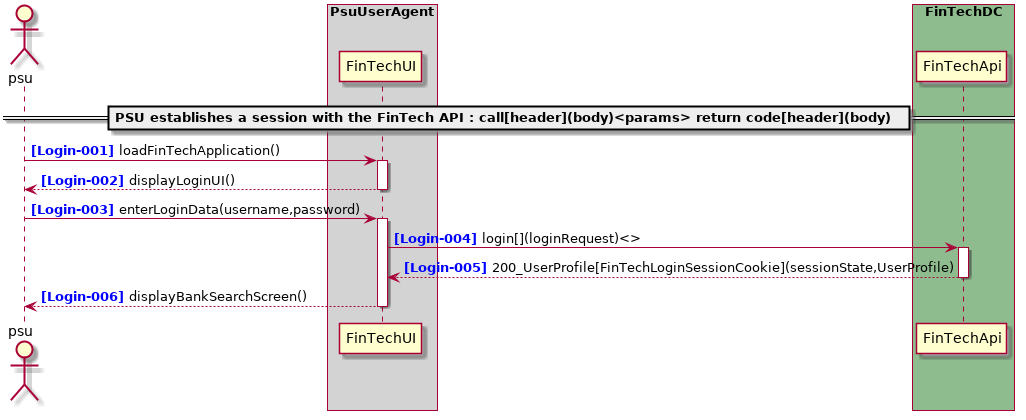
The PlantUML diagram doc/develop/architecture/diagrams/useCases/1-loginWithFinTech.png in adorsys/open-banking-gateway, before a commit.
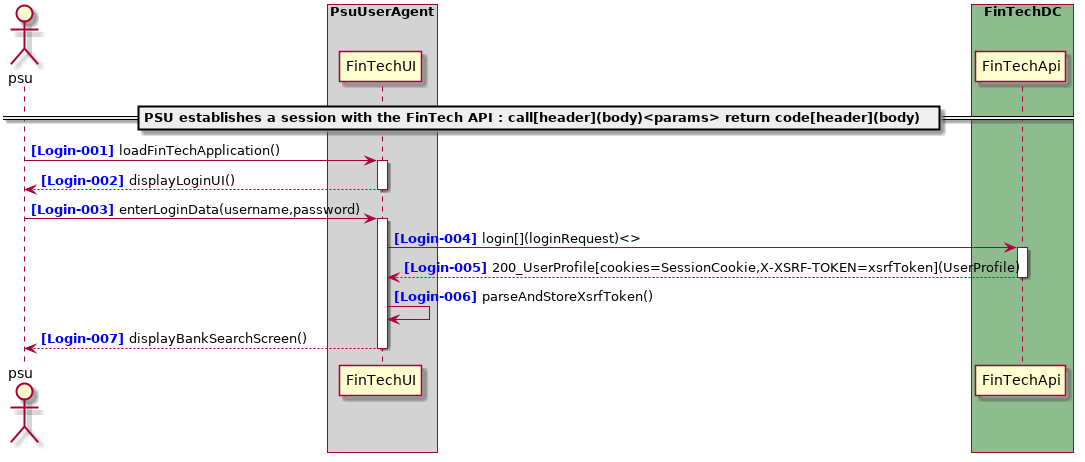
After the commit.

What changed in the source:
```diff
@@ -20,6 +20,7 @@
 return displayLoginUI()
 psu -> FinTechUI ++ : enterLoginData(username,password)
 FinTechUI -> FinTechApi ++ : login[](loginRequest)<>
-return 200_UserProfile[FinTechLoginSessionCookie](sessionState,UserProfile)
+return 200_UserProfile[cookies=SessionCookie,X-XSRF-TOKEN=xsrfToken](UserProfile)
+FinTechUI -> FinTechUI : parseAndStoreXsrfToken()
 return displayBankSearchScreen()
 @enduml
```
